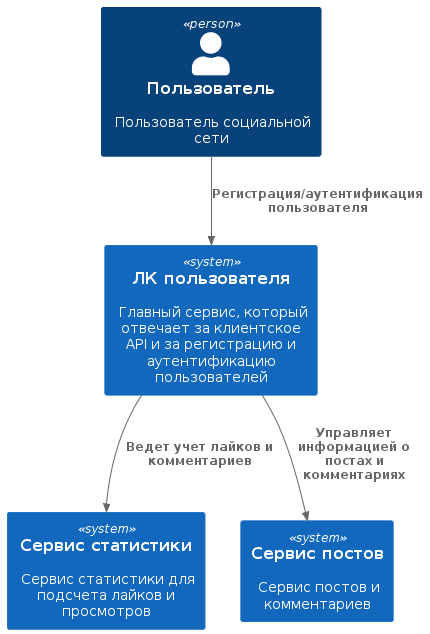
The PlantUML diagram doc/c4-context.png in tonyaklm/system-project-soa, before a commit. The source it was exported from:
```plantuml
@startuml
!include <C4/C4_Container>

Person(person, "Пользователь", "Пользователь социальной сети")

System(personal_account, "ЛК пользователя", "Главный сервис, который отвечает за клиентское API и за регистрацию и аутентификацию пользователей")
System(statistics_service, "Сервис статистики", "Сервис статистики для подсчета лайков и просмотров")
System(post_service, "Сервис постов", "Сервис постов и комментариев")

Rel(person, personal_account, "Регистрация/аутентификация пользователя")
Rel(personal_account, statistics_service, "Ведет учет лайков и комментариев")
Rel(personal_account, post_service, "Управляет информацией о постах и комментариях")

@enduml
```
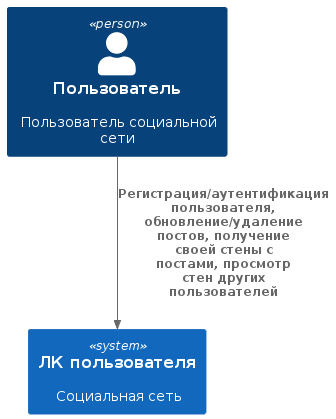
After the change.

Change to the diagram source:
```diff
@@ -3,12 +3,8 @@
 
 Person(person, "Пользователь", "Пользователь социальной сети")
 
-System(personal_account, "ЛК пользователя", "Главный сервис, который отвечает за клиентское API и за регистрацию и аутентификацию пользователей")
-System(statistics_service, "Сервис статистики", "Сервис статистики для подсчета лайков и просмотров")
-System(post_service, "Сервис постов", "Сервис постов и комментариев")
+System(social_media, "ЛК пользователя", "Социальная сеть")
 
-Rel(person, personal_account, "Регистрация/аутентификация пользователя")
-Rel(personal_account, statistics_service, "Ведет учет лайков и комментариев")
-Rel(personal_account, post_service, "Управляет информацией о постах и комментариях")
+Rel(person, social_media, "Регистрация/аутентификация пользователя, обновление/удаление постов, получение своей стены с постами, просмотр стен других пользователей")
 
 @enduml
```
